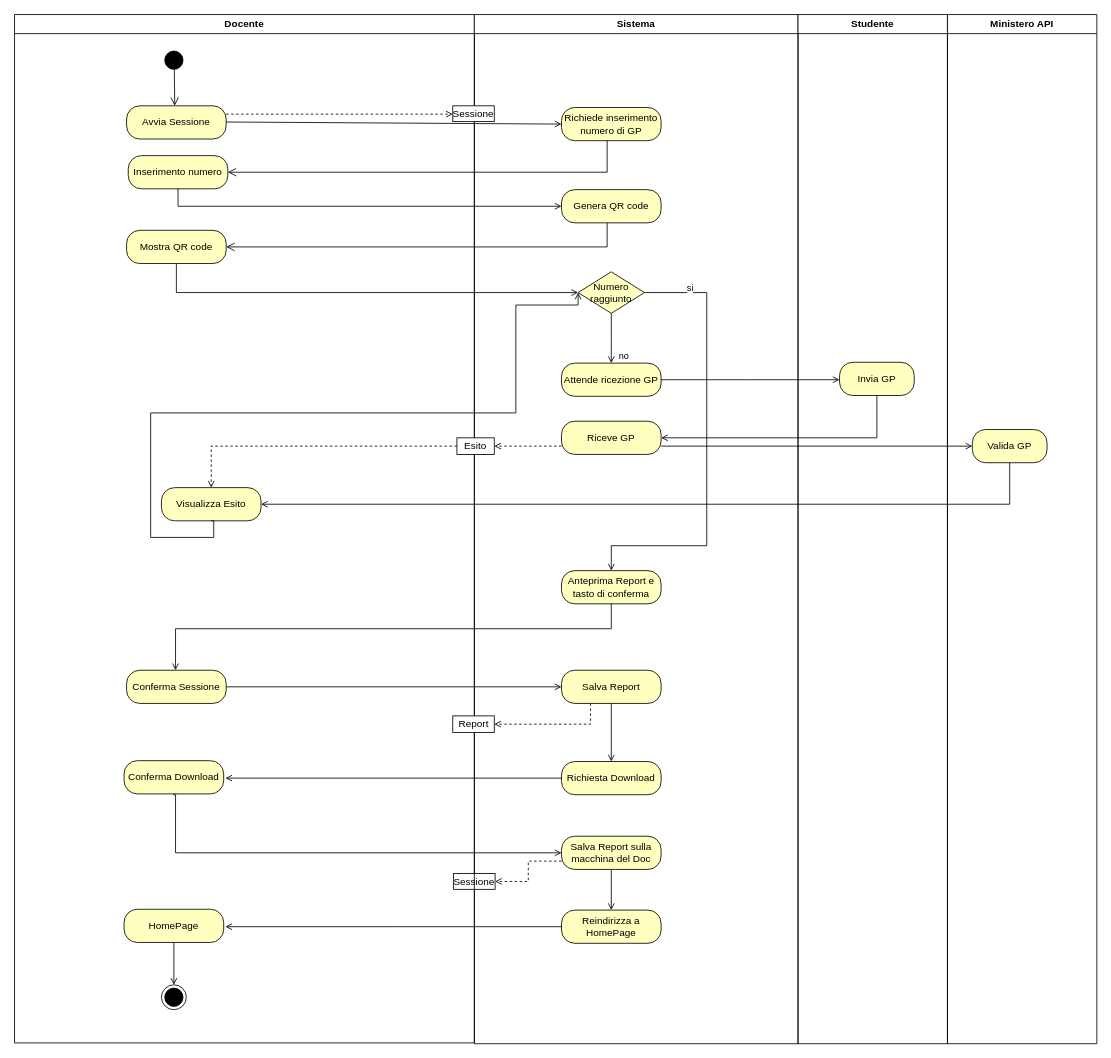
Earlier version of the draw.io diagram Documentazione/Resources/ActivityDiagram.drawio (Alberto-00/EasyPass). Source tidied: cells renumbered, new cells numbered last; positions are measured from the earlier drawing's top-left corner, leaving out a move shared by most shapes. Both pictures are drawn from the tidied source at 83%, with x=0, y=0 at pixel (14, 14).
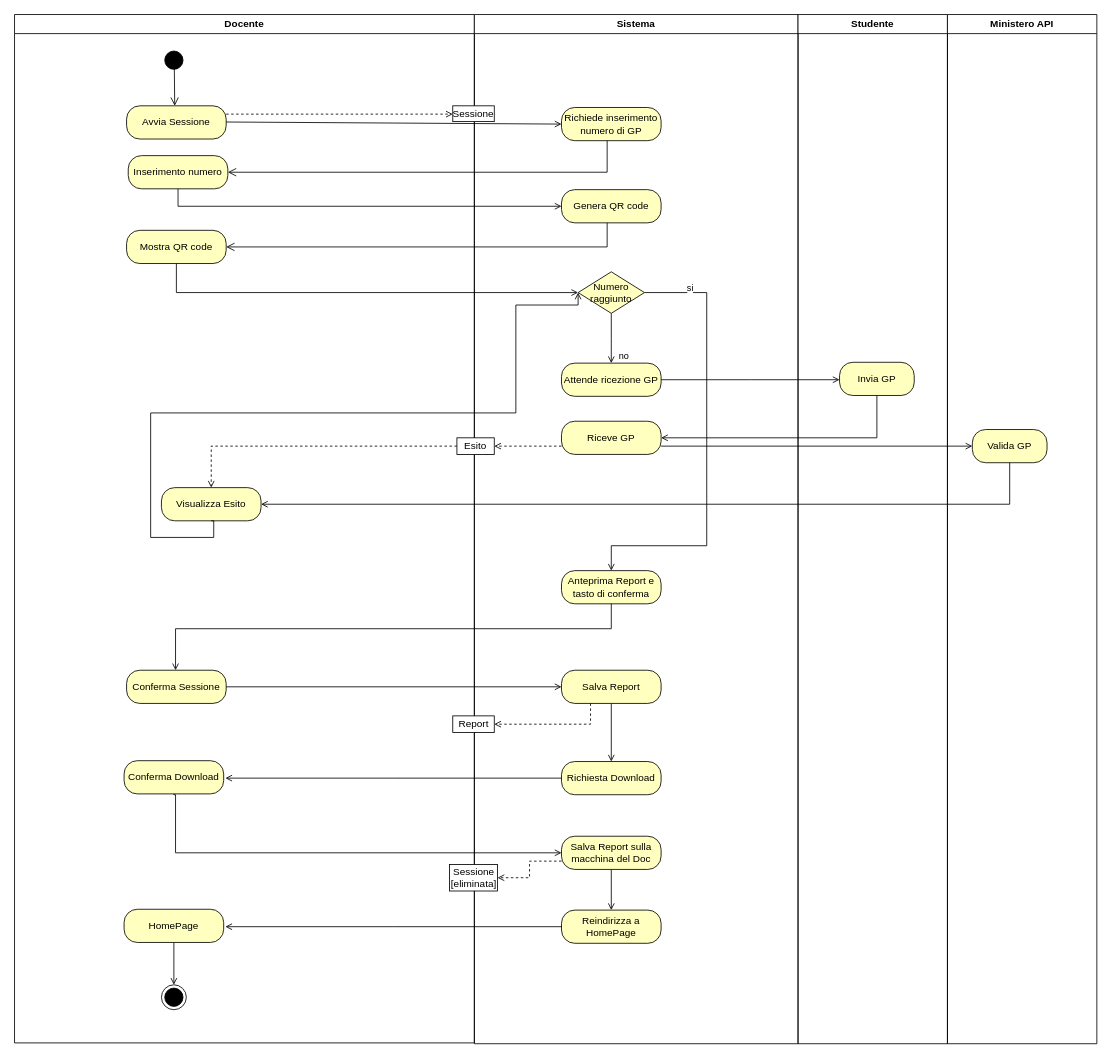
Above is the later version.

Unchanged cells that the change refers to:
```xml
<mxCell id="2" value="Docente" style="swimlane;whiteSpace=wrap;rounded=0;strokeColor=#000000;" parent="1" vertex="1">
  <mxGeometry width="554" height="1239" as="geometry" />
</mxCell>
<mxCell id="25" value="Salva Report sulla macchina del Doc" style="rounded=1;whiteSpace=wrap;html=1;arcSize=40;fontColor=#000000;fillColor=#ffffc0;strokeColor=#000000;" parent="16" vertex="1">
  <mxGeometry x="105" y="990" width="120" height="40" as="geometry" />
</mxCell>
```

Change to the diagram source:
```diff
@@
-    <mxCell id="15" value="Sessione" style="rounded=0;whiteSpace=wrap;html=1;strokeColor=#000000;" parent="2" vertex="1">
-      <mxGeometry x="529" y="1035" width="50" height="19" as="geometry" />
-    </mxCell>
@@
-    <mxCell id="56" style="edgeStyle=orthogonalEdgeStyle;rounded=0;jettySize=auto;html=1;exitX=0;exitY=0.75;exitDx=0;exitDy=0;entryX=1;entryY=0.5;entryDx=0;entryDy=0;startArrow=none;startFill=0;endArrow=open;endFill=0;strokeColor=#000000;dashed=1;" parent="1" edge="1" source="25" target="15">
+    <mxCell id="56" style="edgeStyle=orthogonalEdgeStyle;rounded=0;jettySize=auto;html=1;exitX=0;exitY=0.75;exitDx=0;exitDy=0;entryX=1;entryY=0.5;entryDx=0;entryDy=0;startArrow=none;startFill=0;endArrow=open;endFill=0;strokeColor=#000000;dashed=1;" parent="1" edge="1" source="25" target="57">
       <mxGeometry relative="1" as="geometry" />
     </mxCell>
+    <mxCell id="57" value="Sessione&lt;br&gt;[eliminata]" style="html=1;rounded=0;strokeColor=#000000;" parent="1" vertex="1">
+      <mxGeometry x="524" y="1024" width="58" height="32" as="geometry" />
+    </mxCell>
```
